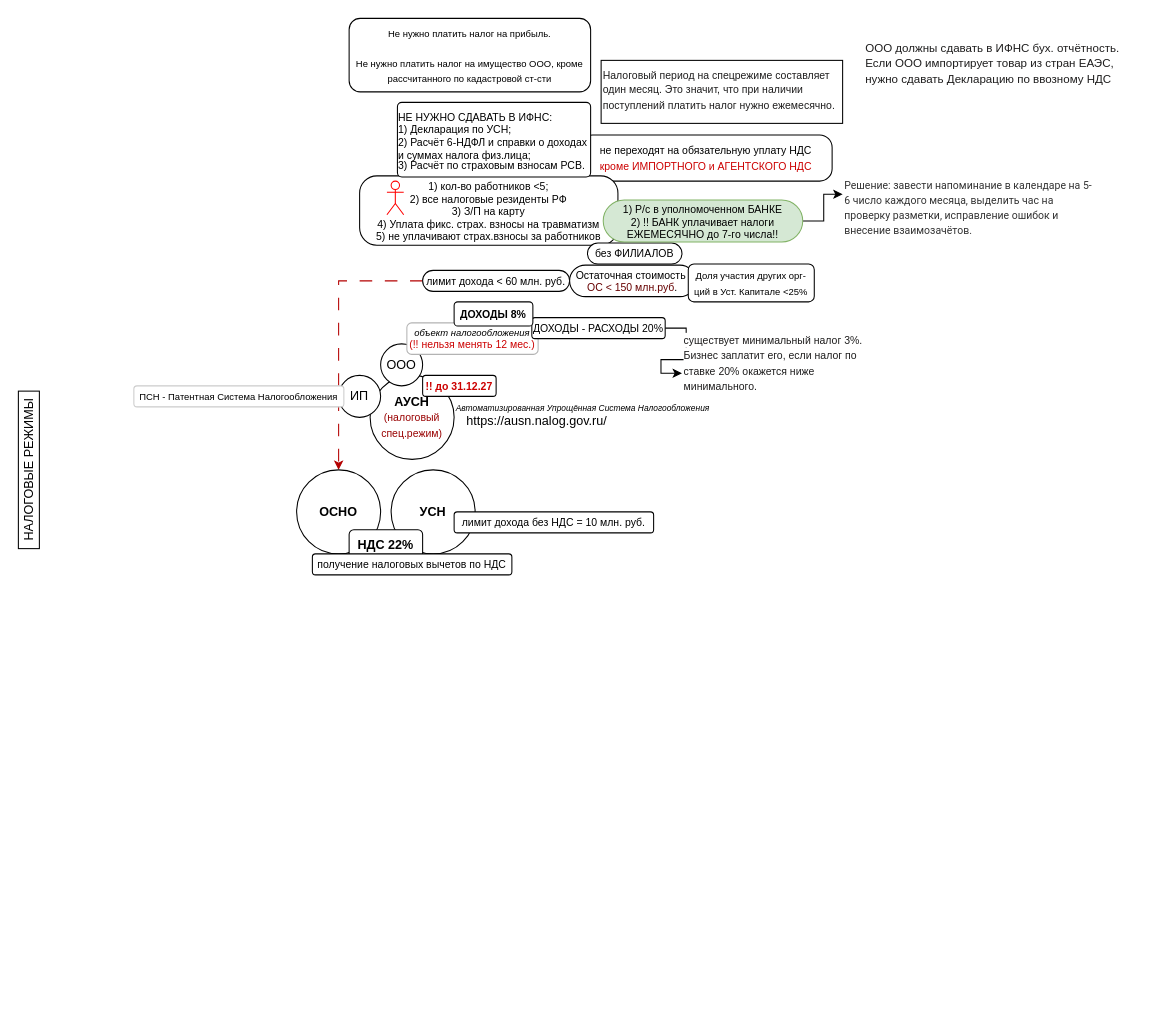
Before: АУСН.drawio in youarereef/mmaps, a draw.io diagram. Source tidied: cells renumbered, new cells numbered last; positions are measured from the earlier drawing's top-left corner, leaving out a move shared by most shapes. Both pictures are drawn from the tidied source at 105%, with x=0, y=0 at pixel (-50, 18).
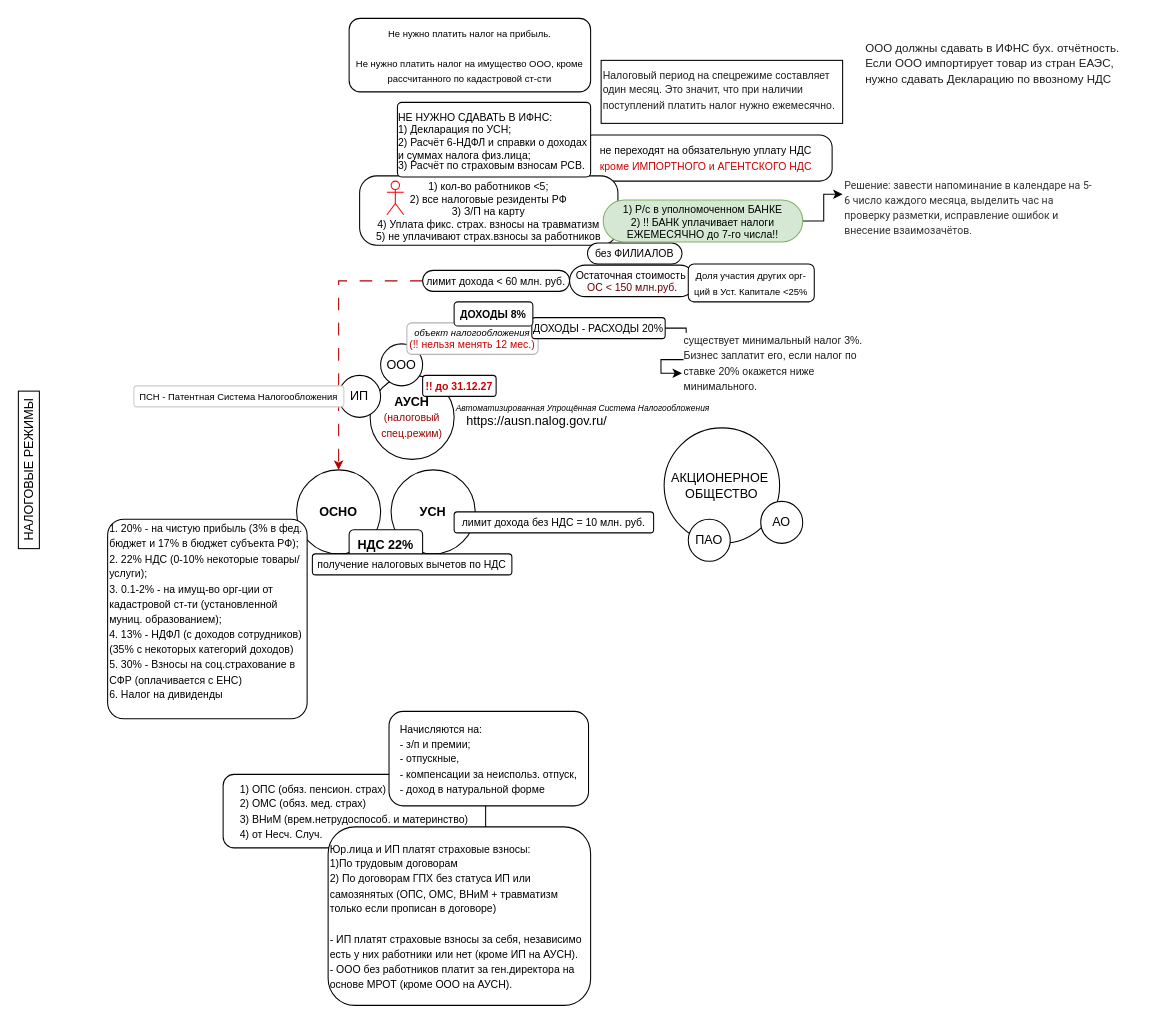
The same page after the edit.

The edit, as a diff of the source:
```diff
@@
+    <mxCell id="35" value="АКЦИОНЕРНОЕ&amp;nbsp;&lt;div&gt;ОБЩЕСТВО&lt;/div&gt;" style="ellipse;whiteSpace=wrap;html=1;" parent="1" vertex="1">
+      <mxGeometry x="680" y="390" width="110" height="110" as="geometry" />
+    </mxCell>
+    <mxCell id="36" value="ПАО" style="ellipse;whiteSpace=wrap;html=1;" parent="1" vertex="1">
+      <mxGeometry x="703" y="477" width="40" height="40" as="geometry" />
+    </mxCell>
+    <mxCell id="37" value="АО" style="ellipse;whiteSpace=wrap;html=1;" parent="1" vertex="1">
+      <mxGeometry x="772" y="460" width="40" height="40" as="geometry" />
+    </mxCell>
+    <mxCell id="38" value="&lt;font style=&quot;font-size: 10px;&quot;&gt;1. 20% - на чистую прибыль (3% в фед. бюджет и 17% в бюджет субъекта РФ);&lt;/font&gt;&lt;div&gt;&lt;font style=&quot;font-size: 10px;&quot;&gt;2. 22% НДС (&lt;/font&gt;&lt;span style=&quot;font-size: 10px; background-color: transparent; color: light-dark(rgb(0, 0, 0), rgb(255, 255, 255));&quot;&gt;0-10% некоторые товары/услуги);&lt;/span&gt;&lt;/div&gt;&lt;div&gt;&lt;font style=&quot;font-size: 10px;&quot;&gt;3.&amp;nbsp;&lt;/font&gt;&lt;span style=&quot;font-size: 10px; background-color: transparent; color: light-dark(rgb(0, 0, 0), rgb(255, 255, 255));&quot;&gt;0.1-2% - н&lt;/span&gt;&lt;span style=&quot;font-size: 10px; background-color: transparent; color: light-dark(rgb(0, 0, 0), rgb(255, 255, 255));&quot;&gt;а имущ-во орг-ции от кадастровой ст-ти (установленной муниц. образованием);&amp;nbsp;&lt;/span&gt;&lt;/div&gt;&lt;div&gt;&lt;font style=&quot;font-size: 10px;&quot;&gt;4. 13% - НДФЛ (с доходов сотрудников) (&lt;/font&gt;&lt;span style=&quot;font-size: 10px; background-color: transparent; color: light-dark(rgb(0, 0, 0), rgb(255, 255, 255));&quot;&gt;35% с некоторых категорий доходов)&lt;/span&gt;&lt;/div&gt;&lt;div&gt;&lt;span style=&quot;font-size: 10px; background-color: transparent; color: light-dark(rgb(0, 0, 0), rgb(255, 255, 255));&quot;&gt;5. 30% - Взносы на соц.страхование в СФР (оплачивается с ЕНС)&lt;/span&gt;&lt;/div&gt;&lt;div&gt;&lt;span style=&quot;font-size: 10px; background-color: transparent; color: light-dark(rgb(0, 0, 0), rgb(255, 255, 255));&quot;&gt;6. Налог на дивиденды&amp;nbsp;&lt;/span&gt;&lt;/div&gt;&lt;div&gt;&lt;br&gt;&lt;/div&gt;" style="rounded=1;whiteSpace=wrap;html=1;align=left;arcSize=8;" parent="1" vertex="1">
+      <mxGeometry x="150" y="477" width="190" height="190" as="geometry" />
+    </mxCell>
+    <mxCell id="39" value="&lt;div style=&quot;text-align: left;&quot;&gt;&lt;span style=&quot;font-size: 10px; background-color: transparent; color: light-dark(rgb(0, 0, 0), rgb(255, 255, 255));&quot;&gt;1) ОПС (обяз. пенсион. страх)&lt;/span&gt;&lt;/div&gt;&lt;div style=&quot;text-align: left;&quot;&gt;&lt;span style=&quot;font-size: 10px; background-color: transparent; color: light-dark(rgb(0, 0, 0), rgb(255, 255, 255));&quot;&gt;2) ОМС (обяз. мед. страх)&lt;/span&gt;&lt;/div&gt;&lt;div style=&quot;text-align: left;&quot;&gt;&lt;span style=&quot;font-size: 10px; background-color: transparent; color: light-dark(rgb(0, 0, 0), rgb(255, 255, 255));&quot;&gt;3) ВНиМ (врем.нетрудоспособ. и материнство)&lt;/span&gt;&lt;/div&gt;&lt;div style=&quot;text-align: left;&quot;&gt;&lt;span style=&quot;font-size: 10px; background-color: transparent; color: light-dark(rgb(0, 0, 0), rgb(255, 255, 255));&quot;&gt;4) от Несч. Случ.&lt;/span&gt;&lt;/div&gt;" style="rounded=1;whiteSpace=wrap;html=1;" parent="1" vertex="1">
+      <mxGeometry x="260" y="720" width="250" height="70" as="geometry" />
+    </mxCell>
+    <mxCell id="40" value="&lt;div style=&quot;&quot;&gt;&lt;span style=&quot;font-size: 10px;&quot;&gt;Юр.лица и ИП платят страховые взносы:&lt;/span&gt;&lt;/div&gt;&lt;div style=&quot;&quot;&gt;&lt;span style=&quot;font-size: 10px;&quot;&gt;1)По трудовым договорам&lt;/span&gt;&lt;/div&gt;&lt;div style=&quot;&quot;&gt;&lt;span style=&quot;font-size: 10px;&quot;&gt;2) По договорам ГПХ без статуса ИП или самозянятых (ОПС, ОМС, ВНиМ + травматизм только если прописан в договоре)&lt;/span&gt;&lt;/div&gt;&lt;div style=&quot;&quot;&gt;&lt;span style=&quot;font-size: 10px;&quot;&gt;&lt;br&gt;&lt;/span&gt;&lt;/div&gt;&lt;div style=&quot;&quot;&gt;&lt;span style=&quot;font-size: 10px;&quot;&gt;- ИП платят страховые взносы за себя, независимо есть у них работники или нет (кроме ИП на АУСН).&lt;/span&gt;&lt;/div&gt;&lt;div style=&quot;&quot;&gt;&lt;span style=&quot;font-size: 10px;&quot;&gt;- ООО без работников платит за ген.директора на основе МРОТ (кроме ООО на АУСН).&lt;/span&gt;&lt;/div&gt;" style="rounded=1;whiteSpace=wrap;html=1;align=left;" parent="1" vertex="1">
+      <mxGeometry x="360" y="770" width="250" height="170" as="geometry" />
+    </mxCell>
+    <mxCell id="41" value="&lt;div style=&quot;text-align: left;&quot;&gt;&lt;span style=&quot;font-size: 10px;&quot;&gt;Начисляются на:&lt;/span&gt;&lt;/div&gt;&lt;div style=&quot;text-align: left;&quot;&gt;&lt;span style=&quot;font-size: 10px;&quot;&gt;- з/п и&amp;nbsp;&lt;/span&gt;&lt;span style=&quot;font-size: 10px; background-color: transparent; color: light-dark(rgb(0, 0, 0), rgb(255, 255, 255));&quot;&gt;премии;&amp;nbsp;&lt;/span&gt;&lt;/div&gt;&lt;div style=&quot;text-align: left;&quot;&gt;&lt;span style=&quot;font-size: 10px; background-color: transparent; color: light-dark(rgb(0, 0, 0), rgb(255, 255, 255));&quot;&gt;- отпускные,&amp;nbsp;&lt;/span&gt;&lt;/div&gt;&lt;div style=&quot;text-align: left;&quot;&gt;&lt;span style=&quot;font-size: 10px; background-color: transparent; color: light-dark(rgb(0, 0, 0), rgb(255, 255, 255));&quot;&gt;- компенсации за неиспольз. отпуск,&lt;/span&gt;&lt;/div&gt;&lt;div style=&quot;text-align: left;&quot;&gt;&lt;span style=&quot;font-size: 10px;&quot;&gt;- доход в натуральной форме&lt;/span&gt;&lt;/div&gt;" style="rounded=1;whiteSpace=wrap;html=1;" parent="1" vertex="1">
+      <mxGeometry x="418" y="660" width="190" height="90" as="geometry" />
+    </mxCell>
```
